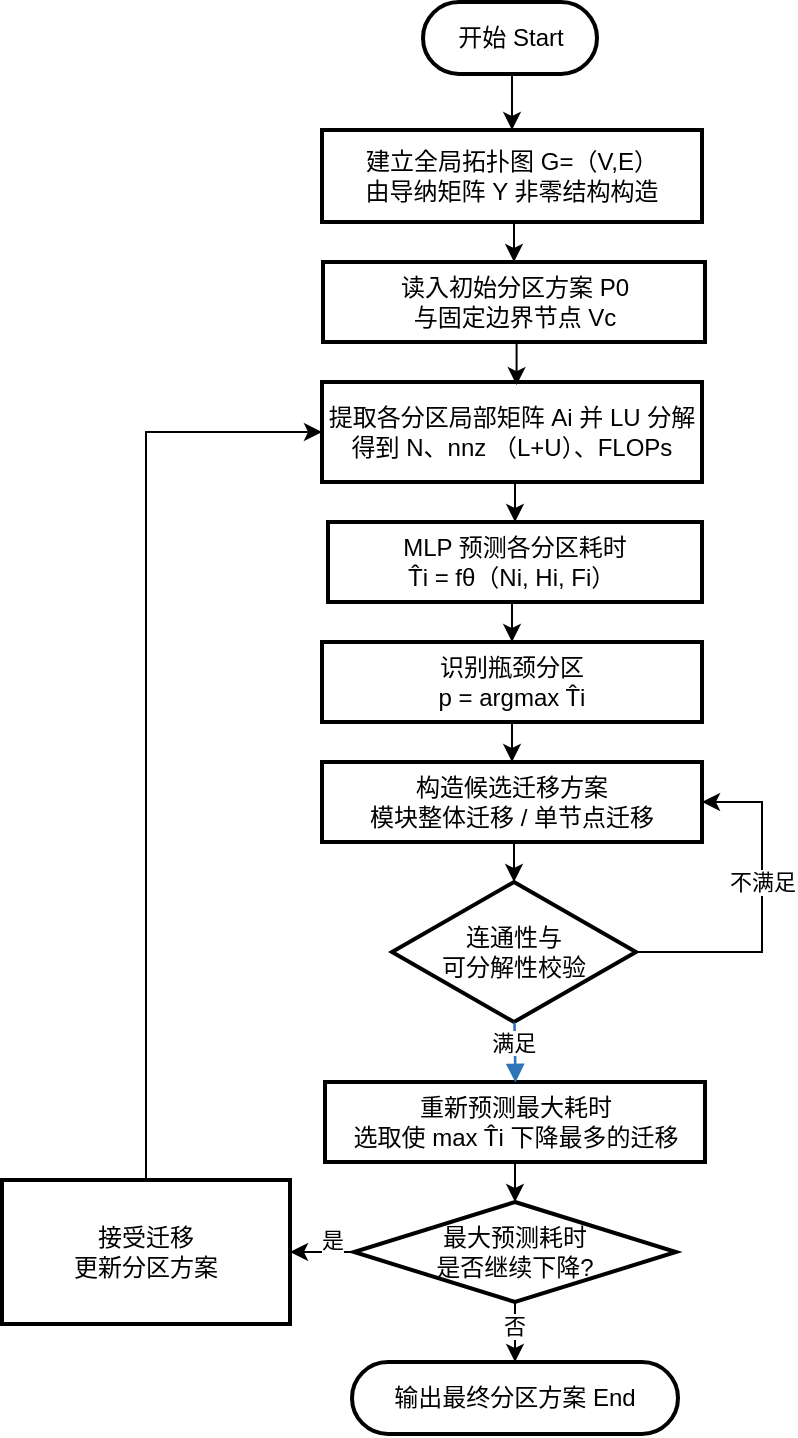
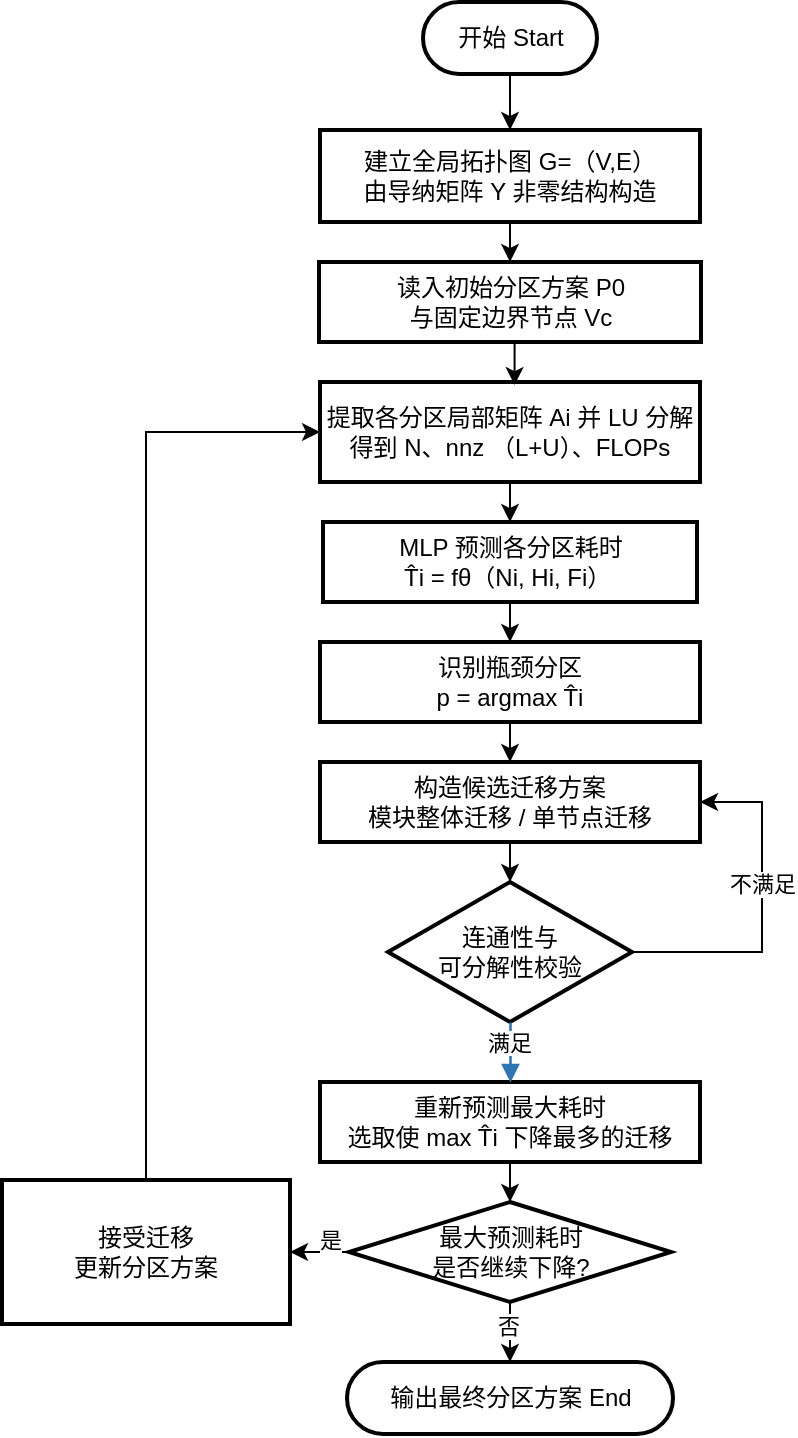
<mxfile host="app.diagrams.net">
  <diagram id="C5RBs43oDa-KdzZeNtuy" name="Page-1">
    <mxGraphModel dx="3358" dy="933" grid="1" gridSize="10" guides="1" tooltips="1" connect="1" arrows="1" fold="1" page="0" pageScale="1" pageWidth="827" pageHeight="1169" math="0" shadow="0">
      <root>
        <mxCell id="WIyWlLk6GJQsqaUBKTNV-0" />
        <mxCell id="WIyWlLk6GJQsqaUBKTNV-1" parent="WIyWlLk6GJQsqaUBKTNV-0" />
        <mxCell id="Rnd2EKu7hbV3BZERFTsq-74" edge="1" parent="WIyWlLk6GJQsqaUBKTNV-1" source="Rnd2EKu7hbV3BZERFTsq-25" style="edgeStyle=orthogonalEdgeStyle;rounded=0;orthogonalLoop=1;jettySize=auto;html=1;exitX=0.5;exitY=1;exitDx=0;exitDy=0;entryX=0.5;entryY=0;entryDx=0;entryDy=0;" target="Rnd2EKu7hbV3BZERFTsq-26">
          <mxGeometry relative="1" as="geometry" />
        </mxCell>
        <mxCell id="Rnd2EKu7hbV3BZERFTsq-25" parent="WIyWlLk6GJQsqaUBKTNV-1" style="rounded=1;whiteSpace=wrap;arcSize=50;strokeWidth=2;fontFamily=Helvetica;fillColor=none;" value="开始 Start" vertex="1">
          <mxGeometry height="36" width="87" x="-1309.5" y="320" as="geometry" />
        </mxCell>
        <mxCell id="Rnd2EKu7hbV3BZERFTsq-77" edge="1" parent="WIyWlLk6GJQsqaUBKTNV-1" source="Rnd2EKu7hbV3BZERFTsq-26" style="edgeStyle=orthogonalEdgeStyle;rounded=0;orthogonalLoop=1;jettySize=auto;html=1;exitX=0.5;exitY=1;exitDx=0;exitDy=0;entryX=0.5;entryY=0;entryDx=0;entryDy=0;" target="Rnd2EKu7hbV3BZERFTsq-27">
          <mxGeometry relative="1" as="geometry" />
        </mxCell>
        <mxCell id="Rnd2EKu7hbV3BZERFTsq-26" parent="WIyWlLk6GJQsqaUBKTNV-1" style="whiteSpace=wrap;strokeWidth=2;fontFamily=Helvetica;" value="建立全局拓扑图 G=（V,E）&#xa;由导纳矩阵 Y 非零结构构造" vertex="1">
-           <mxGeometry height="46" width="190" x="-1360" y="384" as="geometry" />
+           <mxGeometry height="46" width="190" x="-1361" y="384" as="geometry" />
        </mxCell>
        <mxCell id="Rnd2EKu7hbV3BZERFTsq-27" parent="WIyWlLk6GJQsqaUBKTNV-1" style="whiteSpace=wrap;strokeWidth=2;fontFamily=Helvetica;" value="读入初始分区方案 P0&#xa;与固定边界节点 Vc" vertex="1">
-           <mxGeometry height="40" width="191" x="-1359.5" y="450" as="geometry" />
+           <mxGeometry height="40" width="191" x="-1361.5" y="450" as="geometry" />
        </mxCell>
        <mxCell id="Rnd2EKu7hbV3BZERFTsq-81" edge="1" parent="WIyWlLk6GJQsqaUBKTNV-1" source="Rnd2EKu7hbV3BZERFTsq-28" style="edgeStyle=orthogonalEdgeStyle;rounded=0;orthogonalLoop=1;jettySize=auto;html=1;exitX=0.5;exitY=1;exitDx=0;exitDy=0;entryX=0.5;entryY=0;entryDx=0;entryDy=0;" target="Rnd2EKu7hbV3BZERFTsq-29">
          <mxGeometry relative="1" as="geometry" />
        </mxCell>
        <mxCell id="Rnd2EKu7hbV3BZERFTsq-28" parent="WIyWlLk6GJQsqaUBKTNV-1" style="whiteSpace=wrap;strokeWidth=2;fontFamily=Helvetica;" value="提取各分区局部矩阵 Ai 并 LU 分解&#xa;得到 N、nnz （L+U）、FLOPs" vertex="1">
-           <mxGeometry height="50" width="190" x="-1360" y="510" as="geometry" />
+           <mxGeometry height="50" width="190" x="-1361" y="510" as="geometry" />
        </mxCell>
        <mxCell id="Rnd2EKu7hbV3BZERFTsq-53" edge="1" parent="WIyWlLk6GJQsqaUBKTNV-1" source="Rnd2EKu7hbV3BZERFTsq-29" style="edgeStyle=orthogonalEdgeStyle;rounded=0;orthogonalLoop=1;jettySize=auto;html=1;exitX=0.5;exitY=1;exitDx=0;exitDy=0;entryX=0.5;entryY=0;entryDx=0;entryDy=0;" target="Rnd2EKu7hbV3BZERFTsq-30">
          <mxGeometry relative="1" as="geometry" />
        </mxCell>
        <mxCell id="Rnd2EKu7hbV3BZERFTsq-29" parent="WIyWlLk6GJQsqaUBKTNV-1" style="whiteSpace=wrap;strokeWidth=2;fontFamily=Helvetica;" value="MLP 预测各分区耗时&#xa;T̂i = fθ（Ni, Hi, Fi） " vertex="1">
-           <mxGeometry height="40" width="187" x="-1357" y="580" as="geometry" />
+           <mxGeometry height="40" width="187" x="-1359.5" y="580" as="geometry" />
        </mxCell>
        <mxCell id="Rnd2EKu7hbV3BZERFTsq-60" edge="1" parent="WIyWlLk6GJQsqaUBKTNV-1" source="Rnd2EKu7hbV3BZERFTsq-30" style="edgeStyle=orthogonalEdgeStyle;rounded=0;orthogonalLoop=1;jettySize=auto;html=1;exitX=0.5;exitY=1;exitDx=0;exitDy=0;entryX=0.5;entryY=0;entryDx=0;entryDy=0;" target="Rnd2EKu7hbV3BZERFTsq-31">
          <mxGeometry relative="1" as="geometry" />
        </mxCell>
        <mxCell id="Rnd2EKu7hbV3BZERFTsq-30" parent="WIyWlLk6GJQsqaUBKTNV-1" style="whiteSpace=wrap;strokeWidth=2;fontFamily=Helvetica;" value="识别瓶颈分区&#xa;p = argmax T̂i" vertex="1">
-           <mxGeometry height="40" width="190" x="-1360" y="640" as="geometry" />
+           <mxGeometry height="40" width="190" x="-1361" y="640" as="geometry" />
        </mxCell>
        <mxCell id="Rnd2EKu7hbV3BZERFTsq-83" edge="1" parent="WIyWlLk6GJQsqaUBKTNV-1" source="Rnd2EKu7hbV3BZERFTsq-31" style="edgeStyle=orthogonalEdgeStyle;rounded=0;orthogonalLoop=1;jettySize=auto;html=1;exitX=0.5;exitY=1;exitDx=0;exitDy=0;entryX=0.5;entryY=0;entryDx=0;entryDy=0;" target="Rnd2EKu7hbV3BZERFTsq-32">
          <mxGeometry relative="1" as="geometry" />
        </mxCell>
        <mxCell id="Rnd2EKu7hbV3BZERFTsq-31" parent="WIyWlLk6GJQsqaUBKTNV-1" style="whiteSpace=wrap;strokeWidth=2;fontFamily=Helvetica;" value="构造候选迁移方案&#xa;模块整体迁移 / 单节点迁移" vertex="1">
-           <mxGeometry height="40" width="190" x="-1360" y="700" as="geometry" />
+           <mxGeometry height="40" width="190" x="-1361" y="700" as="geometry" />
        </mxCell>
        <mxCell id="Rnd2EKu7hbV3BZERFTsq-62" edge="1" parent="WIyWlLk6GJQsqaUBKTNV-1" source="Rnd2EKu7hbV3BZERFTsq-32" style="edgeStyle=orthogonalEdgeStyle;rounded=0;orthogonalLoop=1;jettySize=auto;html=1;exitX=1;exitY=0.5;exitDx=0;exitDy=0;entryX=1;entryY=0.5;entryDx=0;entryDy=0;" target="Rnd2EKu7hbV3BZERFTsq-31">
          <mxGeometry relative="1" as="geometry">
            <Array as="points">
              <mxPoint x="-1140" y="795" />
              <mxPoint x="-1140" y="720" />
            </Array>
          </mxGeometry>
        </mxCell>
        <mxCell id="Rnd2EKu7hbV3BZERFTsq-63" connectable="0" parent="Rnd2EKu7hbV3BZERFTsq-62" style="edgeLabel;html=1;align=center;verticalAlign=middle;resizable=0;points=[];" value="不满足" vertex="1">
          <mxGeometry relative="1" x="0.1893" y="-3" as="geometry">
            <mxPoint x="-3" y="2" as="offset" />
          </mxGeometry>
        </mxCell>
        <mxCell id="Rnd2EKu7hbV3BZERFTsq-32" parent="WIyWlLk6GJQsqaUBKTNV-1" style="rhombus;strokeWidth=2;whiteSpace=wrap;fontFamily=Helvetica;" value="连通性与&#xa;可分解性校验" vertex="1">
-           <mxGeometry height="70" width="122" x="-1325" y="760" as="geometry" />
+           <mxGeometry height="70" width="122" x="-1327" y="760" as="geometry" />
        </mxCell>
        <mxCell id="Rnd2EKu7hbV3BZERFTsq-85" edge="1" parent="WIyWlLk6GJQsqaUBKTNV-1" source="Rnd2EKu7hbV3BZERFTsq-33" style="edgeStyle=orthogonalEdgeStyle;rounded=0;orthogonalLoop=1;jettySize=auto;html=1;exitX=0.5;exitY=1;exitDx=0;exitDy=0;entryX=0.5;entryY=0;entryDx=0;entryDy=0;" target="Rnd2EKu7hbV3BZERFTsq-34">
          <mxGeometry relative="1" as="geometry" />
        </mxCell>
        <mxCell id="Rnd2EKu7hbV3BZERFTsq-33" parent="WIyWlLk6GJQsqaUBKTNV-1" style="whiteSpace=wrap;strokeWidth=2;fontFamily=Helvetica;" value="重新预测最大耗时&#xa;选取使 max T̂i 下降最多的迁移" vertex="1">
-           <mxGeometry height="40" width="190" x="-1358.5" y="860" as="geometry" />
+           <mxGeometry height="40" width="190" x="-1361" y="860" as="geometry" />
        </mxCell>
        <mxCell id="Rnd2EKu7hbV3BZERFTsq-57" edge="1" parent="WIyWlLk6GJQsqaUBKTNV-1" source="Rnd2EKu7hbV3BZERFTsq-34" style="edgeStyle=orthogonalEdgeStyle;rounded=0;orthogonalLoop=1;jettySize=auto;html=1;exitX=0.5;exitY=1;exitDx=0;exitDy=0;" target="Rnd2EKu7hbV3BZERFTsq-36">
          <mxGeometry relative="1" as="geometry" />
        </mxCell>
        <mxCell id="Rnd2EKu7hbV3BZERFTsq-65" connectable="0" parent="Rnd2EKu7hbV3BZERFTsq-57" style="edgeLabel;html=1;align=center;verticalAlign=middle;resizable=0;points=[];" value="否" vertex="1">
          <mxGeometry relative="1" x="-0.5098" y="-1" as="geometry">
            <mxPoint y="-1" as="offset" />
          </mxGeometry>
        </mxCell>
        <mxCell id="Rnd2EKu7hbV3BZERFTsq-66" edge="1" parent="WIyWlLk6GJQsqaUBKTNV-1" source="Rnd2EKu7hbV3BZERFTsq-34" style="edgeStyle=orthogonalEdgeStyle;rounded=0;orthogonalLoop=1;jettySize=auto;html=1;exitX=0;exitY=0.5;exitDx=0;exitDy=0;entryX=1;entryY=0.5;entryDx=0;entryDy=0;" target="Rnd2EKu7hbV3BZERFTsq-35">
          <mxGeometry relative="1" as="geometry" />
        </mxCell>
        <mxCell id="Rnd2EKu7hbV3BZERFTsq-67" connectable="0" parent="Rnd2EKu7hbV3BZERFTsq-66" style="edgeLabel;html=1;align=center;verticalAlign=middle;resizable=0;points=[];" value="是" vertex="1">
          <mxGeometry relative="1" x="0.0617" y="-6" as="geometry">
            <mxPoint x="6" as="offset" />
          </mxGeometry>
        </mxCell>
        <mxCell id="Rnd2EKu7hbV3BZERFTsq-34" parent="WIyWlLk6GJQsqaUBKTNV-1" style="rhombus;strokeWidth=2;whiteSpace=wrap;fontFamily=Helvetica;" value="最大预测耗时&#xa;是否继续下降?" vertex="1">
-           <mxGeometry height="50" width="161" x="-1344" y="920" as="geometry" />
+           <mxGeometry height="50" width="161" x="-1346.5" y="920" as="geometry" />
        </mxCell>
        <mxCell id="Rnd2EKu7hbV3BZERFTsq-70" edge="1" parent="WIyWlLk6GJQsqaUBKTNV-1" source="Rnd2EKu7hbV3BZERFTsq-35" style="edgeStyle=orthogonalEdgeStyle;rounded=0;orthogonalLoop=1;jettySize=auto;html=1;exitX=0.5;exitY=0;exitDx=0;exitDy=0;entryX=0;entryY=0.5;entryDx=0;entryDy=0;" target="Rnd2EKu7hbV3BZERFTsq-28">
          <mxGeometry relative="1" as="geometry" />
        </mxCell>
        <mxCell id="Rnd2EKu7hbV3BZERFTsq-35" parent="WIyWlLk6GJQsqaUBKTNV-1" style="whiteSpace=wrap;strokeWidth=2;fontFamily=Helvetica;" value="接受迁移&#xa;更新分区方案" vertex="1">
          <mxGeometry height="72" width="144" x="-1520" y="909" as="geometry" />
        </mxCell>
        <mxCell id="Rnd2EKu7hbV3BZERFTsq-36" parent="WIyWlLk6GJQsqaUBKTNV-1" style="rounded=1;whiteSpace=wrap;arcSize=50;strokeWidth=2;fontFamily=Helvetica;" value="输出最终分区方案 End" vertex="1">
-           <mxGeometry height="36" width="163" x="-1345" y="1000" as="geometry" />
+           <mxGeometry height="36" width="163" x="-1347.5" y="1000" as="geometry" />
        </mxCell>
        <mxCell id="Rnd2EKu7hbV3BZERFTsq-45" edge="1" parent="WIyWlLk6GJQsqaUBKTNV-1" source="Rnd2EKu7hbV3BZERFTsq-32" style="curved=1;startArrow=none;endArrow=block;strokeColor=#2E75B6;strokeWidth=1.3;;exitX=0.5;exitY=1;entryX=0.5;entryY=0;rounded=0;fontFamily=Helvetica;" target="Rnd2EKu7hbV3BZERFTsq-33" value="满足">
          <mxGeometry relative="1" x="-0.3335" as="geometry">
            <mxPoint as="offset" />
            <Array as="points" />
          </mxGeometry>
        </mxCell>
        <mxCell id="Rnd2EKu7hbV3BZERFTsq-69" edge="1" parent="WIyWlLk6GJQsqaUBKTNV-1" source="Rnd2EKu7hbV3BZERFTsq-32" style="edgeStyle=orthogonalEdgeStyle;rounded=0;orthogonalLoop=1;jettySize=auto;html=1;exitX=0.5;exitY=1;exitDx=0;exitDy=0;" target="Rnd2EKu7hbV3BZERFTsq-32">
          <mxGeometry relative="1" as="geometry" />
        </mxCell>
        <mxCell id="Rnd2EKu7hbV3BZERFTsq-91" edge="1" parent="WIyWlLk6GJQsqaUBKTNV-1" source="Rnd2EKu7hbV3BZERFTsq-27" style="edgeStyle=orthogonalEdgeStyle;rounded=0;orthogonalLoop=1;jettySize=auto;html=1;exitX=0.5;exitY=1;exitDx=0;exitDy=0;entryX=0.512;entryY=0.031;entryDx=0;entryDy=0;entryPerimeter=0;" target="Rnd2EKu7hbV3BZERFTsq-28">
          <mxGeometry relative="1" as="geometry" />
        </mxCell>
      </root>
    </mxGraphModel>
  </diagram>
</mxfile>
